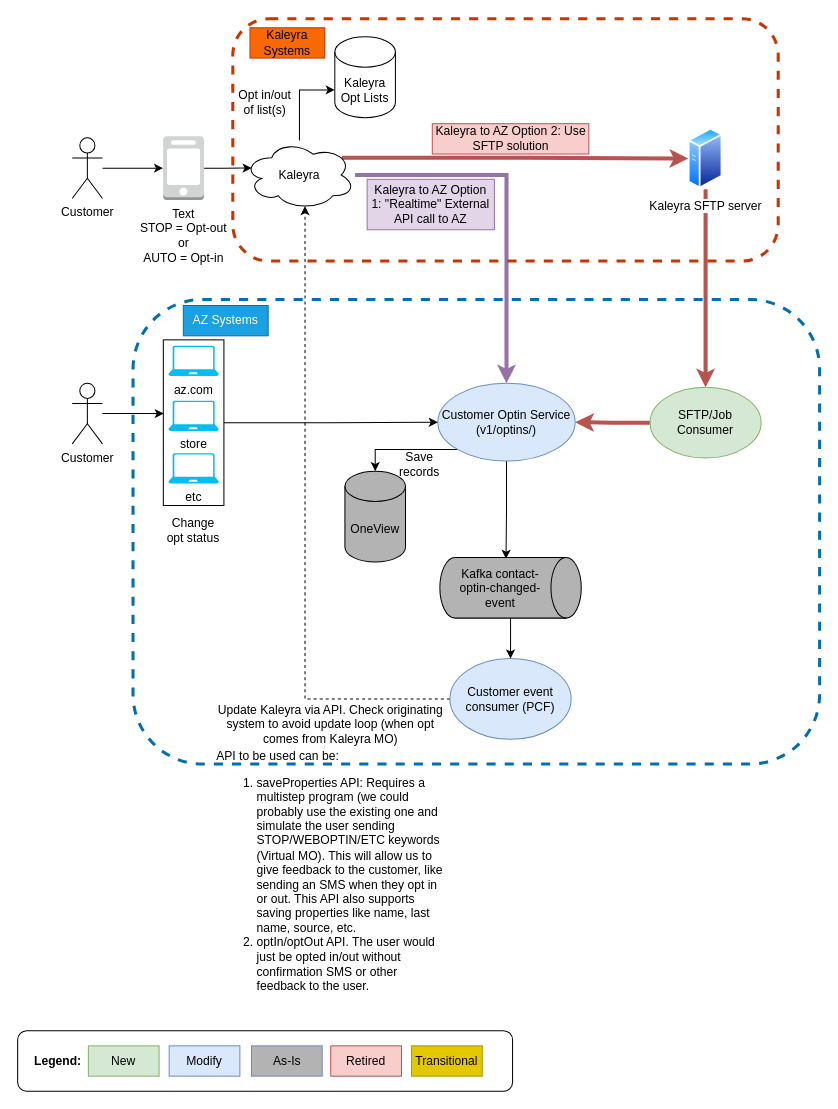
AarellanoH/draw_io keeps this draw.io diagram as drawings/Kaleyra Opt Sync.drawio. Above is the earlier version. Source tidied: cells renumbered, new cells numbered last; positions are measured from the earlier drawing's top-left corner, leaving out a move shared by most shapes. Both pictures are drawn from the tidied source at 101%, with x=0, y=0 at pixel (17, 18).
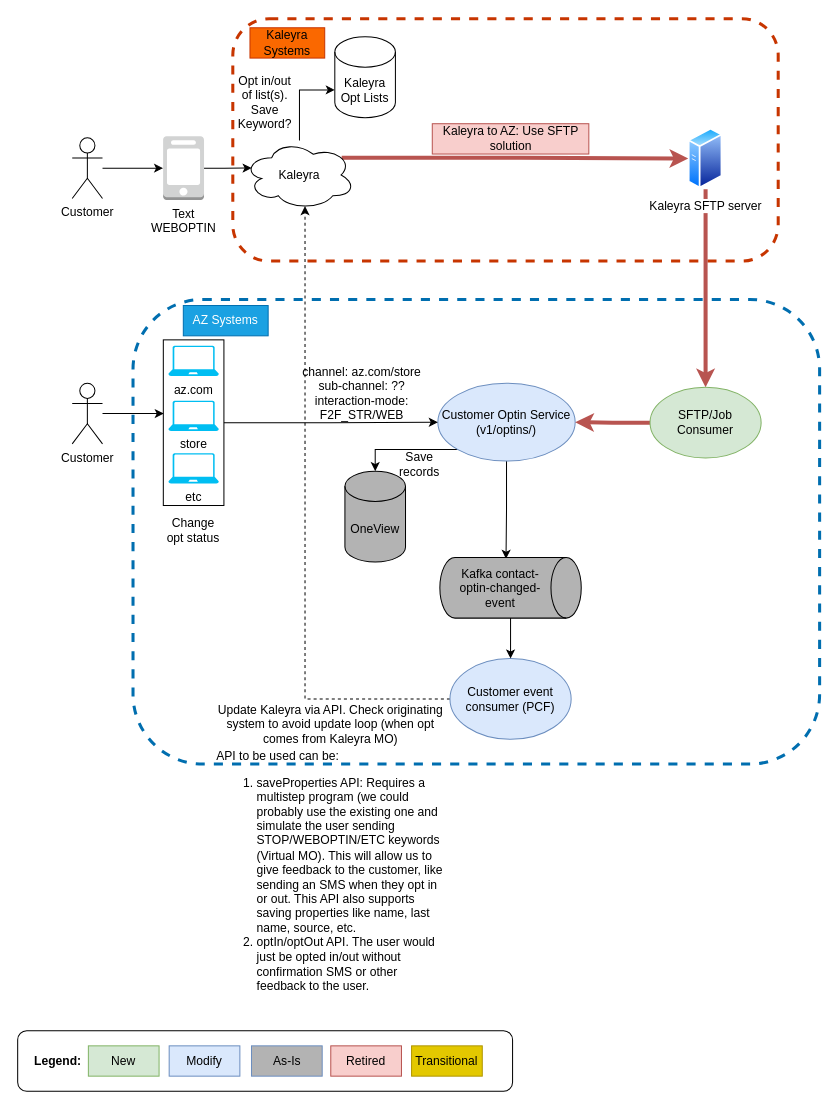
The same page after the edit.

The change refers to these unchanged cells:
```xml
<mxCell id="7" value="Kaleyra" style="ellipse;shape=cloud;whiteSpace=wrap;html=1;" parent="1" vertex="1">
  <mxGeometry x="224" y="120.5" width="110" height="68.5" as="geometry" />
</mxCell>
<mxCell id="16" value="Customer Optin Service&lt;br&gt;(v1/optins/)" style="ellipse;whiteSpace=wrap;html=1;fillColor=#dae8fc;strokeColor=#6c8ebf;" parent="1" vertex="1">
  <mxGeometry x="416" y="361" width="136" height="77" as="geometry" />
</mxCell>
```

What changed in the source:
```diff
@@
+    <mxCell id="51" style="rounded=1;whiteSpace=wrap;html=1;dashed=1;fillColor=none;strokeColor=#C73500;fillStyle=auto;strokeWidth=3;fontColor=#000000;" parent="1" vertex="1">
+      <mxGeometry x="213" width="540" height="240" as="geometry" />
+    </mxCell>
@@
-    <mxCell id="5" style="edgeStyle=orthogonalEdgeStyle;rounded=0;jettySize=auto;html=1;entryX=0.5;entryY=0;entryDx=0;entryDy=0;fillColor=#e1d5e7;strokeColor=#9673a6;strokeWidth=4;" parent="1" edge="1" source="7" target="16">
-      <mxGeometry relative="1" as="geometry" />
-    </mxCell>
@@
-    <mxCell id="11" value="Text&lt;br&gt;STOP = Opt-out&lt;br&gt;or&lt;br&gt;AUTO = Opt-in" style="outlineConnect=0;dashed=0;verticalLabelPosition=bottom;verticalAlign=top;align=center;html=1;shape=mxgraph.aws3.mobile_client;fillColor=#D2D3D3;gradientColor=none;" parent="1" vertex="1">
+    <mxCell id="11" value="Text&lt;br&gt;WEBOPTIN" style="outlineConnect=0;dashed=0;verticalLabelPosition=bottom;verticalAlign=top;align=center;html=1;shape=mxgraph.aws3.mobile_client;fillColor=#D2D3D3;gradientColor=none;" parent="1" vertex="1">
       <mxGeometry x="144" y="116.5" width="40.5" height="63" as="geometry" />
     </mxCell>
@@
-    <mxCell id="13" value="Opt in/out of list(s)" style="text;html=1;strokeColor=none;fillColor=none;align=center;verticalAlign=middle;whiteSpace=wrap;rounded=0;" parent="1" vertex="1">
+    <mxCell id="13" value="Opt in/out of list(s).&lt;br&gt;Save Keyword?" style="text;html=1;strokeColor=none;fillColor=none;align=center;verticalAlign=middle;whiteSpace=wrap;rounded=0;" parent="1" vertex="1">
       <mxGeometry x="215" y="68" width="60" height="30" as="geometry" />
     </mxCell>
@@
-    <mxCell id="34" value="Kaleyra to AZ Option 1: &quot;Realtime&quot; External API call to AZ" style="text;html=1;strokeColor=#9673a6;fillColor=#e1d5e7;align=center;verticalAlign=middle;whiteSpace=wrap;rounded=0;" parent="1" vertex="1">
-      <mxGeometry x="346" y="159" width="126" height="50" as="geometry" />
-    </mxCell>
@@
-    <mxCell id="40" value="Kaleyra to AZ Option 2: Use SFTP solution" style="text;html=1;strokeColor=#b85450;fillColor=#f8cecc;align=center;verticalAlign=middle;whiteSpace=wrap;rounded=0;" parent="1" vertex="1">
+    <mxCell id="40" value="Kaleyra to AZ: Use SFTP solution" style="text;html=1;strokeColor=#b85450;fillColor=#f8cecc;align=center;verticalAlign=middle;whiteSpace=wrap;rounded=0;" parent="1" vertex="1">
       <mxGeometry x="410.5" y="104" width="155" height="30" as="geometry" />
     </mxCell>
@@
-    <mxCell id="51" style="rounded=1;whiteSpace=wrap;html=1;dashed=1;fillColor=none;strokeColor=#C73500;fillStyle=auto;strokeWidth=3;fontColor=#000000;" parent="1" vertex="1">
-      <mxGeometry x="213" width="540" height="240" as="geometry" />
-    </mxCell>
@@
+    <mxCell id="53" value="channel: az.com/store&lt;br&gt;sub-channel: ??&lt;br&gt;interaction-mode: F2F_STR/WEB" style="text;html=1;strokeColor=none;fillColor=none;align=center;verticalAlign=middle;whiteSpace=wrap;rounded=0;" parent="1" vertex="1">
+      <mxGeometry x="266" y="356" width="150" height="30" as="geometry" />
+    </mxCell>
```
